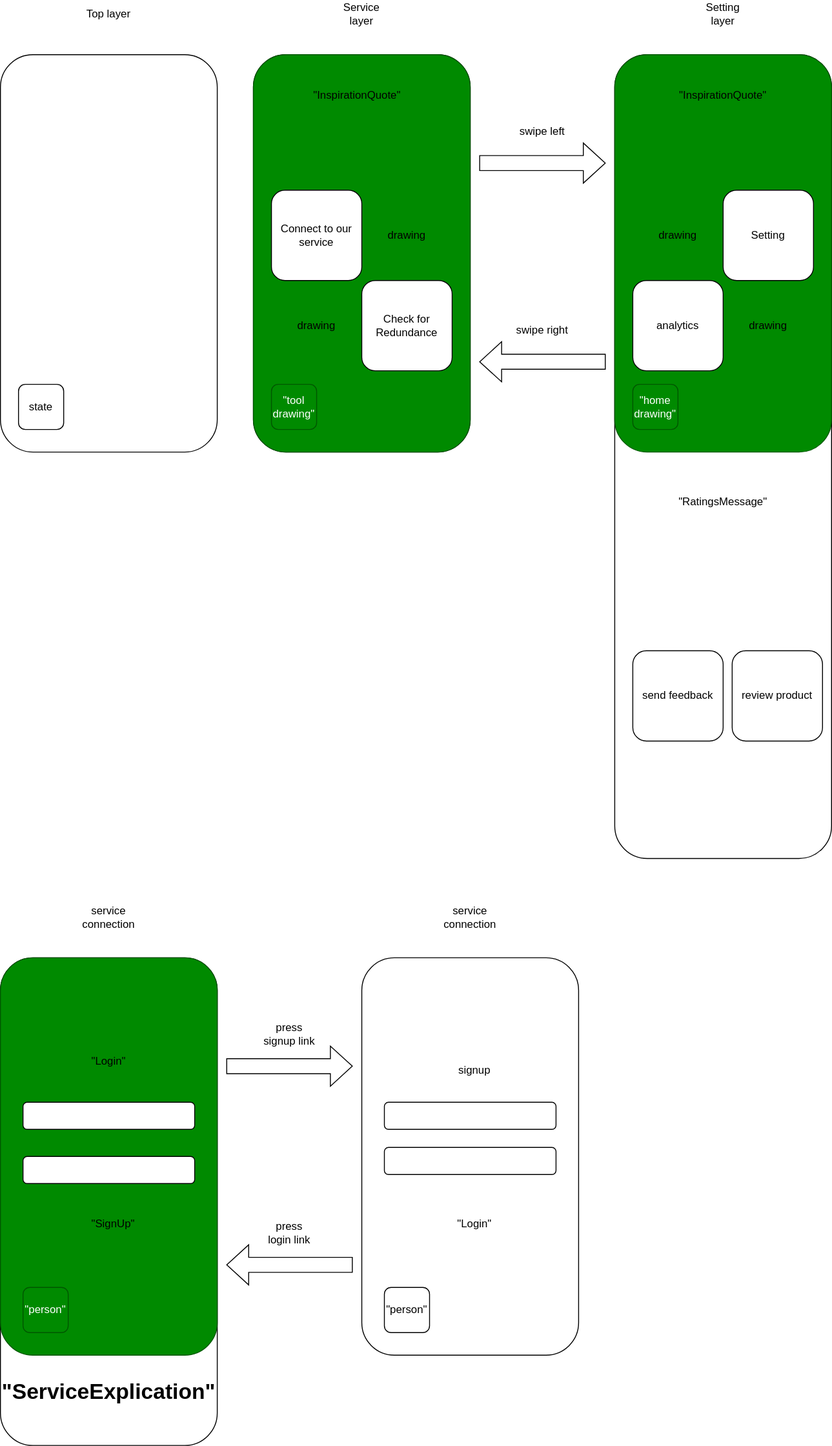
Earlier version of the draw.io export RoughDraftFrontend.drawio.svg (MAUI-SI-IOS/Dupe). Source tidied: cells renumbered, new cells last; positions are measured from the earlier drawing's top-left corner, leaving out a move shared by most shapes.
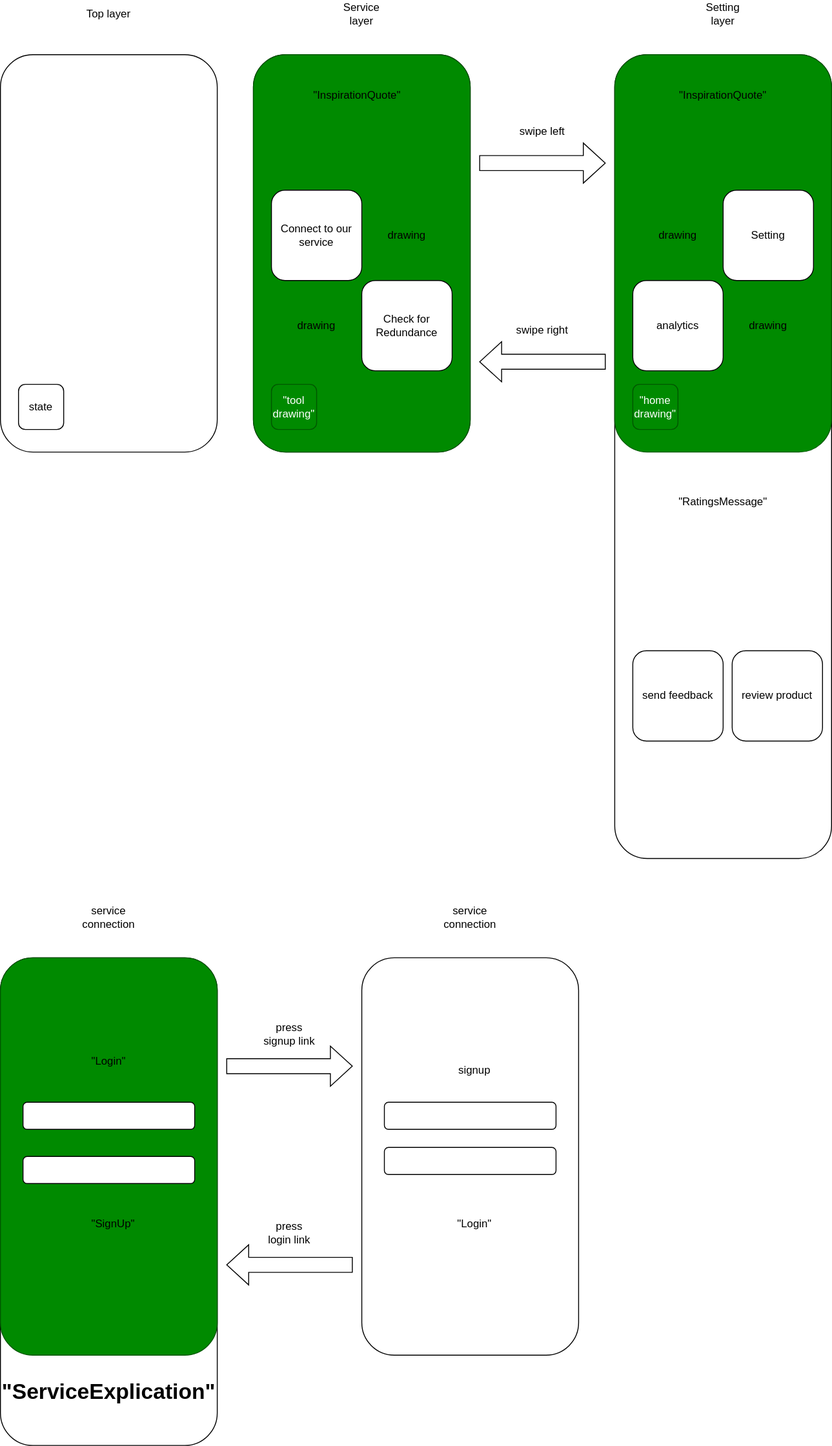
Later version of the same file.

Commit message:
Mettre à jour RoughDraftFrontend.drawio.svg

What changed in the source:
```diff
@@ -95,9 +95,6 @@
     <mxCell id="30" style="rounded=1;whiteSpace=wrap;html=1;fillColor=#008a00;fontColor=#ffffff;strokeColor=#005700;" parent="1" vertex="1">
       <mxGeometry y="1060" width="240" height="440" as="geometry" />
     </mxCell>
-    <mxCell id="31" value="&quot;person&quot;" style="rounded=1;whiteSpace=wrap;html=1;fillColor=#008a00;fontColor=#ffffff;strokeColor=light-dark(#005700,#FFFFFF);" parent="1" vertex="1">
-      <mxGeometry x="25" y="1425" width="50" height="50" as="geometry" />
-    </mxCell>
     <mxCell id="32" style="rounded=1;whiteSpace=wrap;html=1;" parent="1" vertex="1">
       <mxGeometry x="25" y="1220" width="190" height="30" as="geometry" />
     </mxCell>
@@ -116,9 +113,6 @@
     <mxCell id="37" value="signup" style="text;html=1;whiteSpace=wrap;strokeColor=none;fillColor=none;align=center;verticalAlign=middle;rounded=0;" parent="1" vertex="1">
       <mxGeometry x="430" y="1170" width="190" height="30" as="geometry" />
     </mxCell>
-    <mxCell id="38" value="&quot;person&quot;" style="rounded=1;whiteSpace=wrap;html=1;" parent="1" vertex="1">
-      <mxGeometry x="425" y="1425" width="50" height="50" as="geometry" />
-    </mxCell>
     <mxCell id="39" style="rounded=1;whiteSpace=wrap;html=1;" parent="1" vertex="1">
       <mxGeometry x="425" y="1220" width="190" height="30" as="geometry" />
     </mxCell>
```
